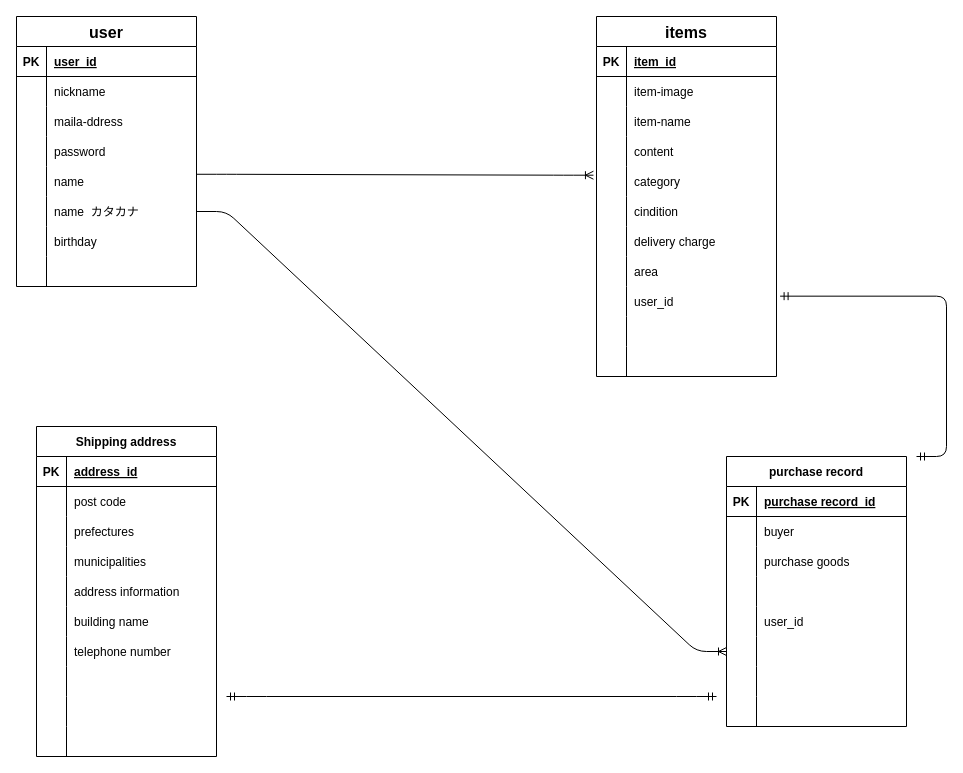
Above: furima.dio in orihal123/furima-39539 (draw.io), before the change. Source tidied: cells renumbered, new cells numbered last; positions are measured from the earlier drawing's top-left corner, leaving out a move shared by most shapes. Both pictures are drawn from the tidied source at 100%, with x=0, y=0 at pixel (16, 16).
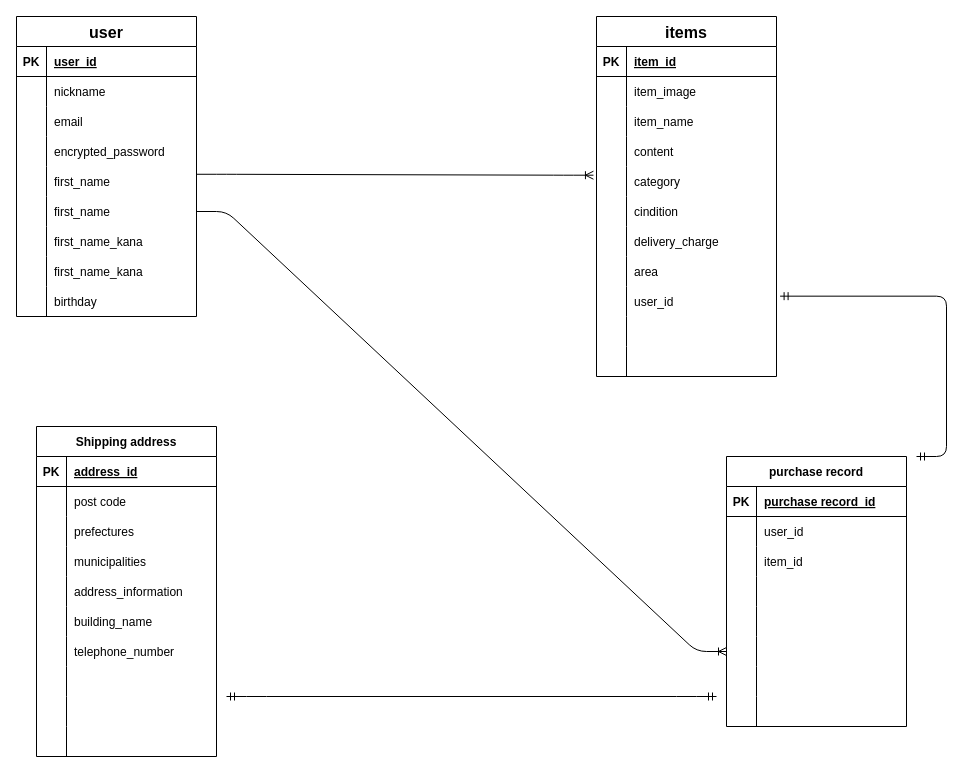
Above is the later version.

Commit message (it also covers changes not shown here):
データベース設計の修正

Unchanged cells that the change refers to:
```xml
<mxCell id="9" style="shape=tableRow;horizontal=0;startSize=0;swimlaneHead=0;swimlaneBody=0;fillColor=none;top=0;left=0;right=0;bottom=0;" parent="2" vertex="1">
  <mxGeometry y="90" width="180" height="30" as="geometry" />
</mxCell>
<mxCell id="12" style="shape=tableRow;horizontal=0;startSize=0;swimlaneHead=0;swimlaneBody=0;fillColor=none;top=0;left=0;right=0;bottom=0;" parent="2" vertex="1">
  <mxGeometry y="120" width="180" height="30" as="geometry" />
</mxCell>
<mxCell id="15" style="shape=tableRow;horizontal=0;startSize=0;swimlaneHead=0;swimlaneBody=0;fillColor=none;points=[[0,0.5],[1,0.5]];portConstraint=eastwest;top=0;left=0;right=0;bottom=0;" parent="2" vertex="1">
  <mxGeometry y="150" width="180" height="30" as="geometry" />
</mxCell>
<mxCell id="18" style="shape=tableRow;horizontal=0;startSize=0;swimlaneHead=0;swimlaneBody=0;fillColor=none;points=[[0,0.5],[1,0.5]];portConstraint=eastwest;top=0;left=0;right=0;bottom=0;" parent="2" vertex="1">
  <mxGeometry y="180" width="180" height="30" as="geometry" />
</mxCell>
<mxCell id="21" style="shape=tableRow;horizontal=0;startSize=0;swimlaneHead=0;swimlaneBody=0;fillColor=none;top=0;left=0;right=0;bottom=0;" parent="2" vertex="1">
  <mxGeometry y="210" width="180" height="30" as="geometry" />
</mxCell>
<mxCell id="24" style="shape=tableRow;horizontal=0;startSize=0;swimlaneHead=0;swimlaneBody=0;fillColor=none;top=0;left=0;right=0;bottom=0;" parent="2" vertex="1">
  <mxGeometry y="240" width="180" height="30" as="geometry" />
</mxCell>
<mxCell id="31" style="shape=tableRow;horizontal=0;startSize=0;swimlaneHead=0;swimlaneBody=0;fillColor=none;top=0;left=0;right=0;bottom=0;" parent="27" vertex="1">
  <mxGeometry y="60" width="180" height="30" as="geometry" />
</mxCell>
<mxCell id="34" style="shape=tableRow;horizontal=0;startSize=0;swimlaneHead=0;swimlaneBody=0;fillColor=none;top=0;left=0;right=0;bottom=0;" parent="27" vertex="1">
  <mxGeometry y="90" width="180" height="30" as="geometry" />
</mxCell>
<mxCell id="40" style="shape=tableRow;horizontal=0;startSize=0;swimlaneHead=0;swimlaneBody=0;fillColor=none;top=0;left=0;right=0;bottom=0;" parent="27" vertex="1">
  <mxGeometry y="150" width="180" height="30" as="geometry" />
</mxCell>
<mxCell id="56" style="shape=tableRow;horizontal=0;startSize=0;swimlaneHead=0;swimlaneBody=0;fillColor=none;top=0;left=0;right=0;bottom=0;" parent="52" vertex="1">
  <mxGeometry y="60" width="180" height="30" as="geometry" />
</mxCell>
<mxCell id="59" style="shape=tableRow;horizontal=0;startSize=0;swimlaneHead=0;swimlaneBody=0;fillColor=none;top=0;left=0;right=0;bottom=0;" parent="52" vertex="1">
  <mxGeometry y="90" width="180" height="30" as="geometry" />
</mxCell>
<mxCell id="71" style="shape=tableRow;horizontal=0;startSize=0;swimlaneHead=0;swimlaneBody=0;fillColor=none;top=0;left=0;right=0;bottom=0;" parent="52" vertex="1">
  <mxGeometry y="210" width="180" height="30" as="geometry" />
</mxCell>
<mxCell id="99" style="shape=tableRow;horizontal=0;startSize=0;swimlaneHead=0;swimlaneBody=0;fillColor=none;top=0;left=0;right=0;bottom=0;" parent="86" vertex="1">
  <mxGeometry y="150" width="180" height="30" as="geometry" />
</mxCell>
<mxCell id="102" style="shape=tableRow;horizontal=0;startSize=0;swimlaneHead=0;swimlaneBody=0;fillColor=none;top=0;left=0;right=0;bottom=0;" parent="86" vertex="1">
  <mxGeometry y="180" width="180" height="30" as="geometry" />
</mxCell>
<mxCell id="105" style="shape=tableRow;horizontal=0;startSize=0;swimlaneHead=0;swimlaneBody=0;fillColor=none;top=0;left=0;right=0;bottom=0;" parent="86" vertex="1">
  <mxGeometry y="210" width="180" height="30" as="geometry" />
</mxCell>
```

Change to the diagram source:
```diff
@@
     <mxCell id="2" value="user" style="shape=table;startSize=30;childLayout=tableLayout;rowLines=0;fontStyle=1;align=center;fontSize=16;" parent="1" vertex="1">
-      <mxGeometry width="180" height="270" as="geometry" />
+      <mxGeometry width="180" height="300" as="geometry" />
     </mxCell>
@@
-    <mxCell id="11" value="maila-ddress" style="shape=partialRectangle;fillColor=none;top=0;left=0;bottom=0;right=0;align=left;spacingLeft=6;overflow=hidden;" parent="9" vertex="1">
+    <mxCell id="11" value="email" style="shape=partialRectangle;fillColor=none;top=0;left=0;bottom=0;right=0;align=left;spacingLeft=6;overflow=hidden;" parent="9" vertex="1">
       <mxGeometry x="30" width="150" height="30" as="geometry" />
     </mxCell>
@@
-    <mxCell id="14" value="password" style="shape=partialRectangle;fillColor=none;top=0;left=0;bottom=0;right=0;align=left;spacingLeft=6;overflow=hidden;" parent="12" vertex="1">
+    <mxCell id="14" value="encrypted_password" style="shape=partialRectangle;fillColor=none;top=0;left=0;bottom=0;right=0;align=left;spacingLeft=6;overflow=hidden;" parent="12" vertex="1">
       <mxGeometry x="30" width="150" height="30" as="geometry" />
     </mxCell>
@@
-    <mxCell id="17" value="name" style="shape=partialRectangle;fillColor=none;top=0;left=0;bottom=0;right=0;align=left;spacingLeft=6;overflow=hidden;" parent="15" vertex="1">
+    <mxCell id="17" value="first_name" style="shape=partialRectangle;fillColor=none;top=0;left=0;bottom=0;right=0;align=left;spacingLeft=6;overflow=hidden;" parent="15" vertex="1">
       <mxGeometry x="30" width="150" height="30" as="geometry" />
     </mxCell>
@@
-    <mxCell id="20" value="name  カタカナ" style="shape=partialRectangle;fillColor=none;top=0;left=0;bottom=0;right=0;align=left;spacingLeft=6;overflow=hidden;" parent="18" vertex="1">
+    <mxCell id="20" value="first_name" style="shape=partialRectangle;fillColor=none;top=0;left=0;bottom=0;right=0;align=left;spacingLeft=6;overflow=hidden;" parent="18" vertex="1">
       <mxGeometry x="30" width="150" height="30" as="geometry" />
     </mxCell>
@@
-    <mxCell id="23" value="birthday" style="shape=partialRectangle;fillColor=none;top=0;left=0;bottom=0;right=0;align=left;spacingLeft=6;overflow=hidden;" parent="21" vertex="1">
+    <mxCell id="23" value="first_name_kana" style="shape=partialRectangle;fillColor=none;top=0;left=0;bottom=0;right=0;align=left;spacingLeft=6;overflow=hidden;" parent="21" vertex="1">
       <mxGeometry x="30" width="150" height="30" as="geometry" />
     </mxCell>
@@
-    <mxCell id="26" style="shape=partialRectangle;fillColor=none;top=0;left=0;bottom=0;right=0;align=left;spacingLeft=6;overflow=hidden;" parent="24" vertex="1">
+    <mxCell id="26" value="first_name_kana" style="shape=partialRectangle;fillColor=none;top=0;left=0;bottom=0;right=0;align=left;spacingLeft=6;overflow=hidden;" parent="24" vertex="1">
       <mxGeometry x="30" width="150" height="30" as="geometry" />
     </mxCell>
+    <mxCell id="122" style="shape=tableRow;horizontal=0;startSize=0;swimlaneHead=0;swimlaneBody=0;fillColor=none;top=0;left=0;right=0;bottom=0;" parent="2" vertex="1">
+      <mxGeometry y="270" width="180" height="30" as="geometry" />
+    </mxCell>
+    <mxCell id="123" style="shape=partialRectangle;fillColor=none;top=0;left=0;bottom=0;right=0;overflow=hidden;" parent="122" vertex="1">
+      <mxGeometry width="30" height="30" as="geometry" />
+    </mxCell>
+    <mxCell id="124" value="birthday" style="shape=partialRectangle;fillColor=none;top=0;left=0;bottom=0;right=0;align=left;spacingLeft=6;overflow=hidden;" parent="122" vertex="1">
+      <mxGeometry x="30" width="150" height="30" as="geometry" />
+    </mxCell>
@@
-    <mxCell id="33" value="buyer" style="shape=partialRectangle;fillColor=none;top=0;left=0;bottom=0;right=0;align=left;spacingLeft=6;overflow=hidden;" parent="31" vertex="1">
+    <mxCell id="33" value="user_id" style="shape=partialRectangle;fillColor=none;top=0;left=0;bottom=0;right=0;align=left;spacingLeft=6;overflow=hidden;" parent="31" vertex="1">
       <mxGeometry x="30" width="150" height="30" as="geometry" />
     </mxCell>
@@
-    <mxCell id="36" value="purchase goods" style="shape=partialRectangle;fillColor=none;top=0;left=0;bottom=0;right=0;align=left;spacingLeft=6;overflow=hidden;" parent="34" vertex="1">
+    <mxCell id="36" value="item_id" style="shape=partialRectangle;fillColor=none;top=0;left=0;bottom=0;right=0;align=left;spacingLeft=6;overflow=hidden;" parent="34" vertex="1">
       <mxGeometry x="30" width="150" height="30" as="geometry" />
     </mxCell>
@@
-    <mxCell id="42" value="user_id" style="shape=partialRectangle;fillColor=none;top=0;left=0;bottom=0;right=0;align=left;spacingLeft=6;overflow=hidden;" parent="40" vertex="1">
+    <mxCell id="42" style="shape=partialRectangle;fillColor=none;top=0;left=0;bottom=0;right=0;align=left;spacingLeft=6;overflow=hidden;" parent="40" vertex="1">
       <mxGeometry x="30" width="150" height="30" as="geometry" />
     </mxCell>
@@
-    <mxCell id="58" value="item-image" style="shape=partialRectangle;fillColor=none;top=0;left=0;bottom=0;right=0;align=left;spacingLeft=6;overflow=hidden;" parent="56" vertex="1">
+    <mxCell id="58" value="item_image" style="shape=partialRectangle;fillColor=none;top=0;left=0;bottom=0;right=0;align=left;spacingLeft=6;overflow=hidden;" parent="56" vertex="1">
       <mxGeometry x="30" width="150" height="30" as="geometry" />
     </mxCell>
@@
-    <mxCell id="61" value="item-name" style="shape=partialRectangle;fillColor=none;top=0;left=0;bottom=0;right=0;align=left;spacingLeft=6;overflow=hidden;" parent="59" vertex="1">
+    <mxCell id="61" value="item_name" style="shape=partialRectangle;fillColor=none;top=0;left=0;bottom=0;right=0;align=left;spacingLeft=6;overflow=hidden;" parent="59" vertex="1">
       <mxGeometry x="30" width="150" height="30" as="geometry" />
     </mxCell>
@@
-    <mxCell id="73" value="delivery charge" style="shape=partialRectangle;fillColor=none;top=0;left=0;bottom=0;right=0;align=left;spacingLeft=6;overflow=hidden;" parent="71" vertex="1">
+    <mxCell id="73" value="delivery_charge" style="shape=partialRectangle;fillColor=none;top=0;left=0;bottom=0;right=0;align=left;spacingLeft=6;overflow=hidden;" parent="71" vertex="1">
       <mxGeometry x="30" width="150" height="30" as="geometry" />
     </mxCell>
@@
-    <mxCell id="101" value="address information" style="shape=partialRectangle;fillColor=none;top=0;left=0;bottom=0;right=0;align=left;spacingLeft=6;overflow=hidden;" parent="99" vertex="1">
+    <mxCell id="101" value="address_information" style="shape=partialRectangle;fillColor=none;top=0;left=0;bottom=0;right=0;align=left;spacingLeft=6;overflow=hidden;" parent="99" vertex="1">
       <mxGeometry x="30" width="150" height="30" as="geometry" />
     </mxCell>
@@
-    <mxCell id="104" value="building name" style="shape=partialRectangle;fillColor=none;top=0;left=0;bottom=0;right=0;align=left;spacingLeft=6;overflow=hidden;" parent="102" vertex="1">
+    <mxCell id="104" value="building_name" style="shape=partialRectangle;fillColor=none;top=0;left=0;bottom=0;right=0;align=left;spacingLeft=6;overflow=hidden;" parent="102" vertex="1">
       <mxGeometry x="30" width="150" height="30" as="geometry" />
     </mxCell>
@@
-    <mxCell id="107" value="telephone number" style="shape=partialRectangle;fillColor=none;top=0;left=0;bottom=0;right=0;align=left;spacingLeft=6;overflow=hidden;" parent="105" vertex="1">
+    <mxCell id="107" value="telephone_number" style="shape=partialRectangle;fillColor=none;top=0;left=0;bottom=0;right=0;align=left;spacingLeft=6;overflow=hidden;" parent="105" vertex="1">
       <mxGeometry x="30" width="150" height="30" as="geometry" />
     </mxCell>
```
